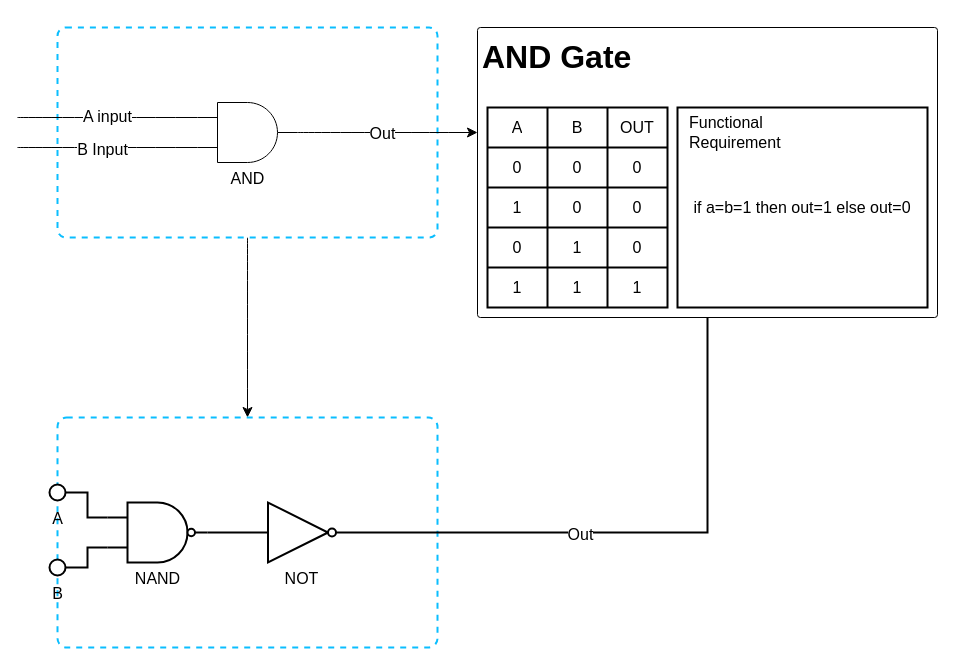
Above: Nand-2-Tetris/LogicGates.drawio in 0xThurling/ComputerScience (draw.io), before the change. Source tidied: cells renumbered, new cells numbered last; positions are measured from the earlier drawing's top-left corner, leaving out a move shared by most shapes. Both pictures are drawn from the tidied source at 100%, with x=0, y=0 at pixel (17, 27).
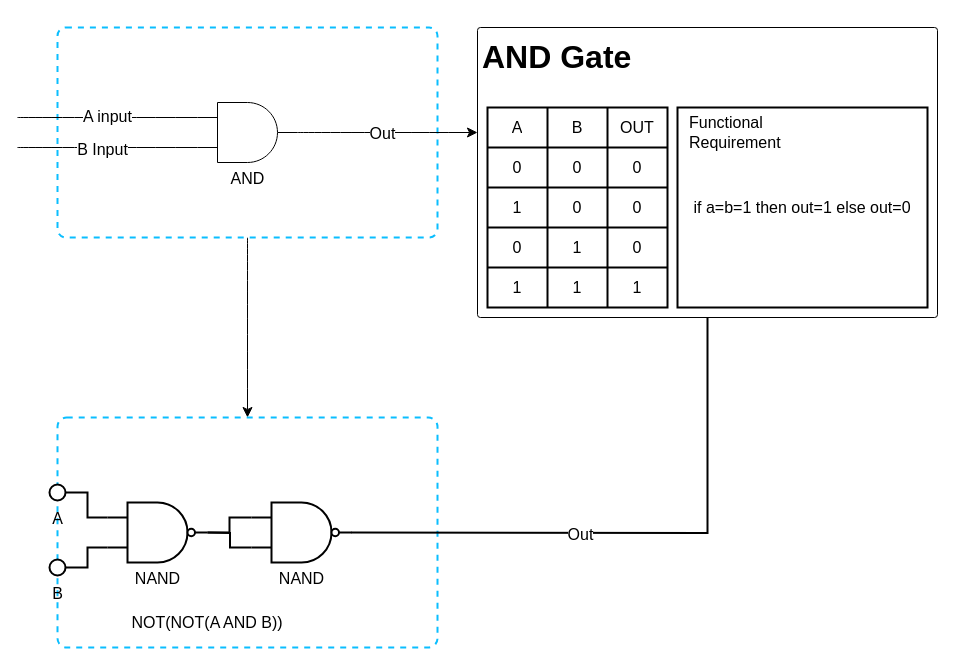
The same diagram, later.

The change refers to these unchanged cells:
```xml
<mxCell id="11" value="&lt;h1&gt;AND Gate&lt;/h1&gt;&lt;p&gt;&lt;br&gt;&lt;/p&gt;" style="text;html=1;strokeColor=default;fillColor=none;spacing=5;spacingTop=-20;whiteSpace=wrap;overflow=hidden;rounded=1;fontSize=16;arcSize=1;" parent="1" vertex="1">
  <mxGeometry x="460" width="460" height="290" as="geometry" />
</mxCell>
<mxCell id="40" value="NAND" style="verticalLabelPosition=bottom;shadow=0;dashed=0;align=center;html=1;verticalAlign=top;shape=mxgraph.electrical.logic_gates.logic_gate;operation=and;negating=1;negSize=0.15;rounded=1;strokeColor=default;strokeWidth=2;fontSize=16;" parent="1" vertex="1">
  <mxGeometry x="90" y="475" width="100" height="60" as="geometry" />
</mxCell>
```

The edit, as a diff of the source:
```diff
@@
-    <mxCell id="39" style="edgeStyle=none;curved=1;rounded=0;jettySize=auto;html=1;exitX=1;exitY=0.5;exitDx=0;exitDy=0;exitPerimeter=0;entryX=0;entryY=0.5;entryDx=0;entryDy=0;entryPerimeter=0;strokeWidth=2;fontSize=12;endArrow=none;endFill=0;startSize=8;endSize=8;" parent="1" edge="1" source="40" target="44">
+    <mxCell id="39" style="edgeStyle=orthogonalEdgeStyle;rounded=0;jettySize=auto;html=1;exitX=1;exitY=0.5;exitDx=0;exitDy=0;exitPerimeter=0;strokeWidth=2;fontSize=12;endArrow=none;endFill=0;startSize=8;endSize=8;entryX=0;entryY=0.25;entryDx=0;entryDy=0;entryPerimeter=0;" parent="1" edge="1" source="40" target="45">
       <mxGeometry relative="1" as="geometry" />
     </mxCell>
@@
-    <mxCell id="42" style="edgeStyle=orthogonalEdgeStyle;rounded=0;jettySize=auto;html=1;exitX=1;exitY=0.5;exitDx=0;exitDy=0;exitPerimeter=0;strokeWidth=2;fontSize=12;endArrow=none;endFill=0;startSize=8;endSize=8;entryX=0.5;entryY=1;entryDx=0;entryDy=0;" parent="1" edge="1" source="44" target="11">
-      <mxGeometry relative="1" as="geometry" />
+    <mxCell id="42" style="edgeStyle=orthogonalEdgeStyle;rounded=0;jettySize=auto;html=1;exitX=1;exitY=0.5;exitDx=0;exitDy=0;exitPerimeter=0;strokeWidth=2;fontSize=12;endArrow=none;endFill=0;startSize=8;endSize=8;entryX=0.5;entryY=1;entryDx=0;entryDy=0;" parent="1" edge="1" target="11">
+      <mxGeometry relative="1" as="geometry">
+        <mxPoint x="333.5" y="505" as="sourcePoint" />
+      </mxGeometry>
     </mxCell>
@@
-    <mxCell id="44" value="NOT" style="verticalLabelPosition=bottom;shadow=0;dashed=0;align=center;html=1;verticalAlign=top;shape=mxgraph.electrical.logic_gates.inverter_2;rounded=1;strokeColor=default;strokeWidth=2;fontSize=16;" parent="1" vertex="1">
-      <mxGeometry x="233.5" y="475" width="100" height="60" as="geometry" />
-    </mxCell>
+    <mxCell id="45" value="NAND" style="verticalLabelPosition=bottom;shadow=0;dashed=0;align=center;html=1;verticalAlign=top;shape=mxgraph.electrical.logic_gates.logic_gate;operation=and;negating=1;negSize=0.15;rounded=1;strokeColor=default;strokeWidth=2;fontSize=16;" parent="1" vertex="1">
+      <mxGeometry x="234" y="475" width="100" height="60" as="geometry" />
+    </mxCell>
+    <mxCell id="46" style="edgeStyle=orthogonalEdgeStyle;rounded=0;jettySize=auto;html=1;strokeWidth=2;fontSize=12;endArrow=none;endFill=0;startSize=8;endSize=8;entryX=0;entryY=0.75;entryDx=0;entryDy=0;entryPerimeter=0;" parent="1" edge="1" target="45">
+      <mxGeometry relative="1" as="geometry">
+        <mxPoint x="190" y="505" as="sourcePoint" />
+      </mxGeometry>
+    </mxCell>
+    <mxCell id="47" value="NOT(NOT(A AND B))" style="text;html=1;strokeColor=none;fillColor=none;align=center;verticalAlign=middle;whiteSpace=wrap;rounded=0;fontSize=16;" parent="1" vertex="1">
+      <mxGeometry x="90" y="580" width="200" height="30" as="geometry" />
+    </mxCell>
```
